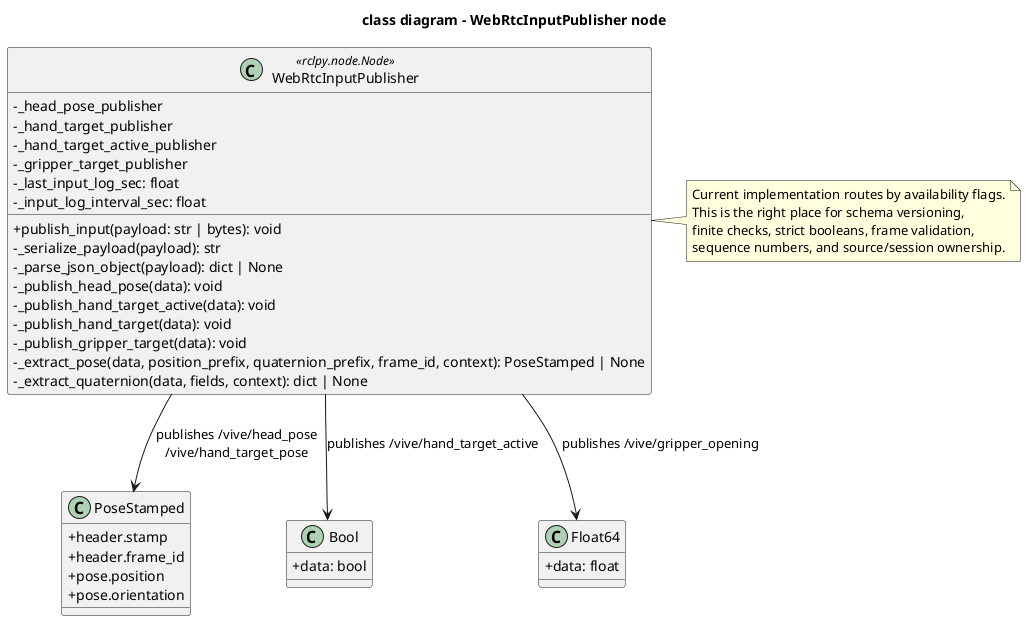
Before: docs/architecture/class/webrtc_server/webrtc-input-publisher-node.png, a diagram exported from PlantUML (ichores-research/vive_teleop). Source of this version:
```plantuml
@startuml
title class diagram - WebRtcInputPublisher node

skinparam classAttributeIconSize 0
skinparam shadowing false
skinparam defaultFontName Monospace

class WebRtcInputPublisher <<rclpy.node.Node>> {
  -_head_pose_publisher
  -_hand_target_publisher
  -_hand_target_active_publisher
  -_gripper_target_publisher
  -_last_input_log_sec: float
  -_input_log_interval_sec: float
  +publish_input(payload: str | bytes): void
  -_serialize_payload(payload): str
  -_parse_json_object(payload): dict | None
  -_publish_head_pose(data): void
  -_publish_hand_target_active(data): void
  -_publish_hand_target(data): void
  -_publish_gripper_target(data): void
  -_extract_pose(data, position_prefix, quaternion_prefix, frame_id, context): PoseStamped | None
  -_extract_quaternion(data, fields, context): dict | None
}

class PoseStamped {
  +header.stamp
  +header.frame_id
  +pose.position
  +pose.orientation
}

class Bool {
  +data: bool
}

class Float64 {
  +data: float
}

WebRtcInputPublisher --> PoseStamped : publishes /vive/head_pose\n/vive/hand_target_pose
WebRtcInputPublisher --> Bool : publishes /vive/hand_target_active
WebRtcInputPublisher --> Float64 : publishes /vive/gripper_opening

note right of WebRtcInputPublisher
  Current implementation routes by availability flags.
  This is the right place for schema versioning,
  finite checks, strict booleans, frame validation,
  sequence numbers, and source/session ownership.
end note

@enduml
```
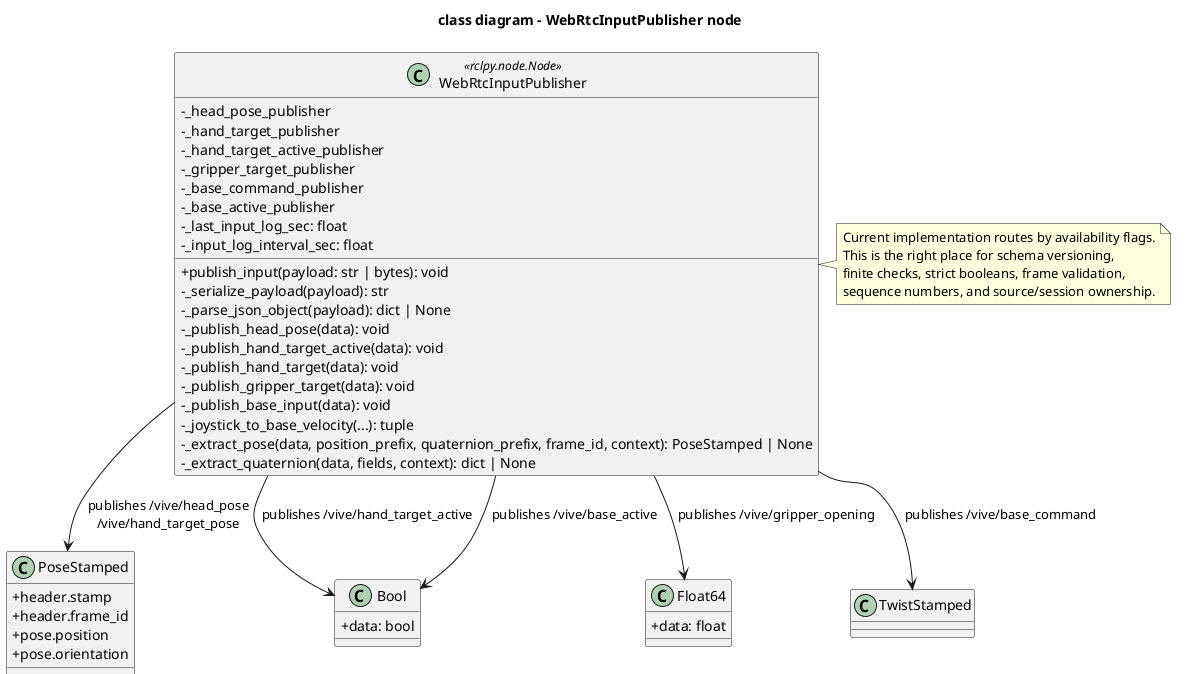
The same diagram one commit later.

Diff of the diagram source:
```diff
@@ -1,4 +1,5 @@
 @startuml
+!pragma layout smetana
 title class diagram - WebRtcInputPublisher node
 
 skinparam classAttributeIconSize 0
@@ -10,6 +11,8 @@
   -_hand_target_publisher
   -_hand_target_active_publisher
   -_gripper_target_publisher
+  -_base_command_publisher
+  -_base_active_publisher
   -_last_input_log_sec: float
   -_input_log_interval_sec: float
   +publish_input(payload: str | bytes): void
@@ -19,6 +22,8 @@
   -_publish_hand_target_active(data): void
   -_publish_hand_target(data): void
   -_publish_gripper_target(data): void
+  -_publish_base_input(data): void
+  -_joystick_to_base_velocity(...): tuple
   -_extract_pose(data, position_prefix, quaternion_prefix, frame_id, context): PoseStamped | None
   -_extract_quaternion(data, fields, context): dict | None
 }
@@ -38,9 +43,13 @@
   +data: float
 }
 
+class TwistStamped
+
 WebRtcInputPublisher --> PoseStamped : publishes /vive/head_pose\n/vive/hand_target_pose
 WebRtcInputPublisher --> Bool : publishes /vive/hand_target_active
 WebRtcInputPublisher --> Float64 : publishes /vive/gripper_opening
+WebRtcInputPublisher --> TwistStamped : publishes /vive/base_command
+WebRtcInputPublisher --> Bool : publishes /vive/base_active
 
 note right of WebRtcInputPublisher
   Current implementation routes by availability flags.
```
